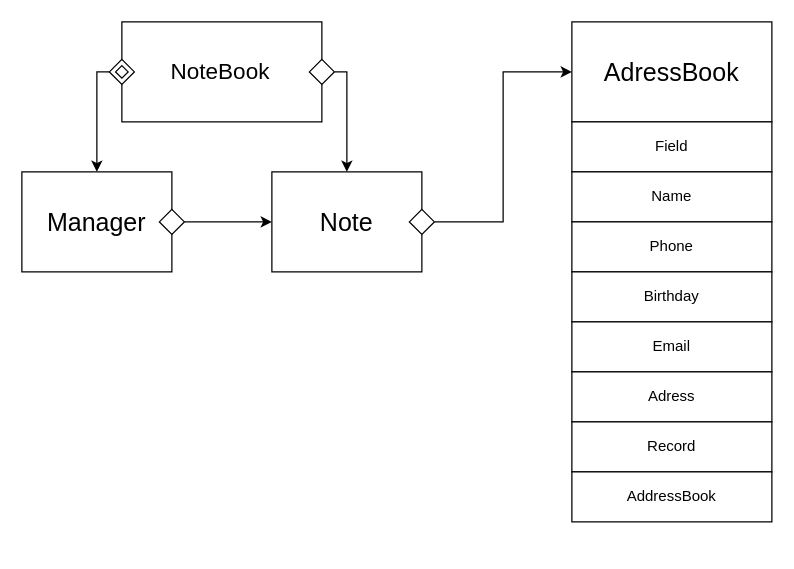
Earlier version of the draw.io diagram Діаграма без назви.drawio (sirko2a1/PyWebDZ). Source tidied: cells renumbered, new cells numbered last; positions are measured from the earlier drawing's top-left corner, leaving out a move shared by most shapes. Both pictures are drawn from the tidied source at 125%, with x=0, y=0 at pixel (21, 21).
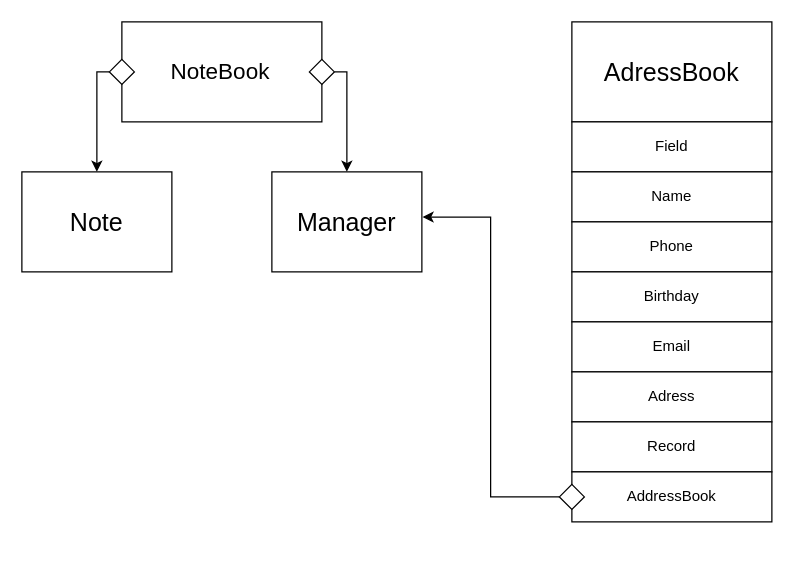
After the change.

Unchanged cells that the change refers to:
```xml
<mxCell id="5" style="rounded=0;whiteSpace=wrap;html=1;" parent="2" vertex="1">
  <mxGeometry x="200" y="120" width="120" height="80" as="geometry" />
</mxCell>
<mxCell id="7" style="rounded=0;whiteSpace=wrap;html=1;" parent="6" vertex="1">
  <mxGeometry width="120" height="80" as="geometry" />
</mxCell>
<mxCell id="18" style="rounded=0;whiteSpace=wrap;html=1;" parent="17" vertex="1">
  <mxGeometry width="160" height="80" as="geometry" />
</mxCell>
```

Diff of the diagram source:
```diff
@@
     <mxCell id="2" style="group;" parent="1" vertex="1">
-      <mxGeometry width="600" height="400" as="geometry" />
+      <mxGeometry width="600" height="420" as="geometry" />
     </mxCell>
@@
     <mxCell id="6" style="group;fontSize=20;" parent="2" vertex="1">
-      <mxGeometry y="120" width="130" height="80" as="geometry" />
+      <mxGeometry y="120" width="200" height="85" as="geometry" />
     </mxCell>
@@
-    <mxCell id="8" value="Manager" style="text;html=1;strokeColor=none;fillColor=none;align=center;verticalAlign=middle;whiteSpace=wrap;rounded=0;fontSize=20;" parent="6" vertex="1">
-      <mxGeometry x="30" y="25" width="60" height="30" as="geometry" />
-    </mxCell>
-    <mxCell id="9" style="rhombus;whiteSpace=wrap;html=1;" parent="6" vertex="1">
-      <mxGeometry x="110" y="30" width="20" height="20" as="geometry" />
-    </mxCell>
-    <mxCell id="10" value="Note" style="text;html=1;strokeColor=none;fillColor=none;align=center;verticalAlign=middle;whiteSpace=wrap;rounded=0;fontSize=20;" parent="2" vertex="1">
-      <mxGeometry x="230" y="145" width="60" height="30" as="geometry" />
+    <mxCell id="10" value="Note" style="text;html=1;strokeColor=none;fillColor=none;align=center;verticalAlign=middle;whiteSpace=wrap;rounded=0;fontSize=20;" parent="6" vertex="1">
+      <mxGeometry x="30" y="25" width="60" height="30" as="geometry" />
     </mxCell>
-    <mxCell id="11" style="edgeStyle=orthogonalEdgeStyle;rounded=0;jettySize=auto;html=1;entryX=0;entryY=0.5;entryDx=0;entryDy=0;" parent="2" edge="1" source="9" target="5">
-      <mxGeometry relative="1" as="geometry" />
-    </mxCell>
-    <mxCell id="12" style="edgeStyle=orthogonalEdgeStyle;rounded=0;jettySize=auto;html=1;entryX=0.5;entryY=0;entryDx=0;entryDy=0;" parent="2" edge="1" source="13" target="7">
+    <mxCell id="12" style="edgeStyle=orthogonalEdgeStyle;rounded=0;jettySize=auto;html=1;entryX=0.5;entryY=0;entryDx=0;entryDy=0;" parent="2" edge="1" target="7">
       <mxGeometry relative="1" as="geometry">
+        <mxPoint x="70" y="40" as="sourcePoint" />
         <Array as="points">
           <mxPoint x="60" y="40" />
         </Array>
       </mxGeometry>
     </mxCell>
-    <mxCell id="13" style="rhombus;whiteSpace=wrap;html=1;" parent="2" vertex="1">
-      <mxGeometry x="70" y="30" width="20" height="20" as="geometry" />
-    </mxCell>
-    <mxCell id="14" style="rhombus;whiteSpace=wrap;html=1;" parent="2" vertex="1">
-      <mxGeometry x="75" y="35" width="10" height="10" as="geometry" />
-    </mxCell>
@@
-    <mxCell id="37" style="edgeStyle=orthogonalEdgeStyle;rounded=0;jettySize=auto;html=1;entryX=0;entryY=0.5;entryDx=0;entryDy=0;" parent="2" edge="1" source="38" target="18">
-      <mxGeometry relative="1" as="geometry" />
-    </mxCell>
-    <mxCell id="38" style="rhombus;whiteSpace=wrap;html=1;" parent="2" vertex="1">
-      <mxGeometry x="310" y="150" width="20" height="20" as="geometry" />
-    </mxCell>
+    <mxCell id="8" value="Manager" style="text;html=1;strokeColor=none;fillColor=none;align=center;verticalAlign=middle;whiteSpace=wrap;rounded=0;fontSize=20;" parent="2" vertex="1">
+      <mxGeometry x="230" y="145" width="60" height="30" as="geometry" />
+    </mxCell>
+    <mxCell id="39" style="edgeStyle=orthogonalEdgeStyle;rounded=0;jettySize=auto;html=1;entryX=1.004;entryY=0.452;entryDx=0;entryDy=0;entryPerimeter=0;" parent="2" edge="1" source="40" target="5">
+      <mxGeometry relative="1" as="geometry" />
+    </mxCell>
+    <mxCell id="40" style="rhombus;whiteSpace=wrap;html=1;" parent="2" vertex="1">
+      <mxGeometry x="430" y="370" width="20" height="20" as="geometry" />
+    </mxCell>
+    <mxCell id="13" style="rhombus;whiteSpace=wrap;html=1;" parent="2" vertex="1">
+      <mxGeometry x="70" y="30" width="20" height="20" as="geometry" />
+    </mxCell>
```
